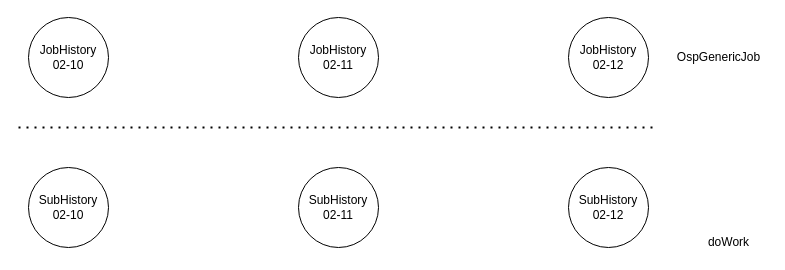
SHUwangwei/leetcode keeps this draw.io diagram as Untitled Diagram.drawio. Above is the earlier version. Source tidied: cells renumbered, new cells numbered last; positions are measured from the earlier drawing's top-left corner, leaving out a move shared by most shapes. Both pictures are drawn from the tidied source at 100%, with x=0, y=0 at pixel (18, 17).
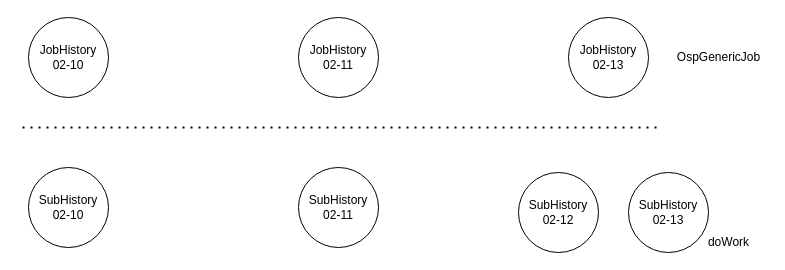
The same diagram, later.

What changed in the source:
```diff
@@
 <mxGraphModel>
   <root>
     <mxCell id="0" />
     <mxCell id="1" parent="0" />
     <mxCell id="2" value="JobHistory&lt;br&gt;02-10" style="ellipse;whiteSpace=wrap;html=1;" parent="1" vertex="1">
       <mxGeometry x="10" width="80" height="80" as="geometry" />
     </mxCell>
     <mxCell id="3" value="JobHistory&lt;br&gt;02-11" style="ellipse;whiteSpace=wrap;html=1;" parent="1" vertex="1">
       <mxGeometry x="280" width="80" height="80" as="geometry" />
     </mxCell>
     <mxCell id="4" style="endArrow=none;dashed=1;html=1;dashPattern=1 3;strokeWidth=2;rounded=0;" parent="1" edge="1">
       <mxGeometry relative="1" as="geometry">
-        <mxPoint y="110" as="sourcePoint" />
-        <mxPoint x="640" y="110" as="targetPoint" />
+        <mxPoint x="4" y="110" as="sourcePoint" />
+        <mxPoint x="644" y="110" as="targetPoint" />
       </mxGeometry>
     </mxCell>
-    <mxCell id="5" value="JobHistory&lt;br&gt;02-12" style="ellipse;whiteSpace=wrap;html=1;" parent="1" vertex="1">
+    <mxCell id="5" value="JobHistory&lt;br&gt;02-13" style="ellipse;whiteSpace=wrap;html=1;" parent="1" vertex="1">
       <mxGeometry x="550" width="80" height="80" as="geometry" />
     </mxCell>
     <mxCell id="6" value="OspGenericJob" style="text;html=1;align=center;verticalAlign=middle;strokeColor=none;fillColor=none;" parent="1" vertex="1">
       <mxGeometry x="650" y="30" width="100" height="20" as="geometry" />
     </mxCell>
     <mxCell id="7" value="doWork" style="text;html=1;align=center;verticalAlign=middle;strokeColor=none;fillColor=none;" parent="1" vertex="1">
       <mxGeometry x="680" y="215" width="60" height="20" as="geometry" />
     </mxCell>
     <mxCell id="8" value="SubHistory&lt;br&gt;02-10" style="ellipse;whiteSpace=wrap;html=1;" parent="1" vertex="1">
       <mxGeometry x="10" y="150" width="80" height="80" as="geometry" />
     </mxCell>
     <mxCell id="9" value="SubHistory&lt;br&gt;02-11" style="ellipse;whiteSpace=wrap;html=1;" parent="1" vertex="1">
       <mxGeometry x="280" y="150" width="80" height="80" as="geometry" />
     </mxCell>
     <mxCell id="10" value="SubHistory&lt;br&gt;02-12" style="ellipse;whiteSpace=wrap;html=1;" parent="1" vertex="1">
-      <mxGeometry x="550" y="150" width="80" height="80" as="geometry" />
+      <mxGeometry x="500" y="155" width="80" height="80" as="geometry" />
     </mxCell>
+    <mxCell id="11" value="SubHistory&lt;br&gt;02-13" style="ellipse;whiteSpace=wrap;html=1;" parent="1" vertex="1">
+      <mxGeometry x="610" y="155" width="80" height="80" as="geometry" />
+    </mxCell>
   </root>
 </mxGraphModel>
```
